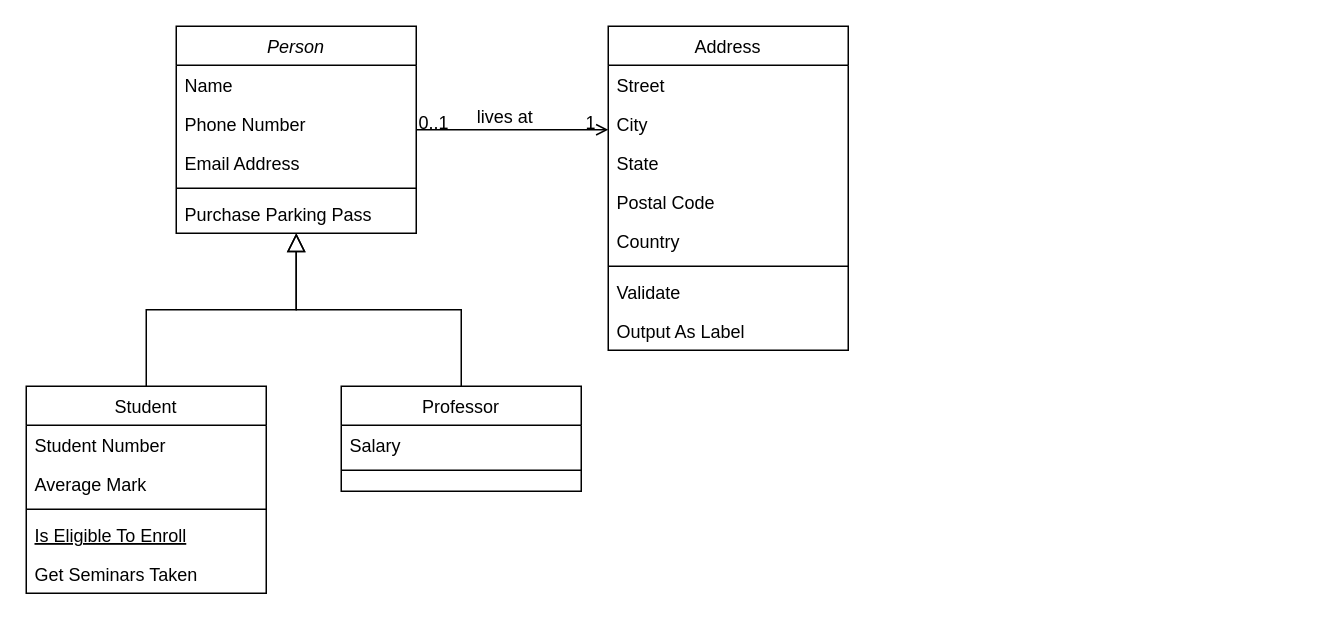
The draw.io diagram Diagramas do Banco de Dados/Diagrama de classes.drawio in ExtraProjects860/DevWebProject, before the edit. Source tidied: cells renumbered, new cells numbered last; positions are measured from the earlier drawing's top-left corner, leaving out a move shared by most shapes. Both pictures are drawn from the tidied source at 150%, with x=0, y=0 at pixel (26, 26).
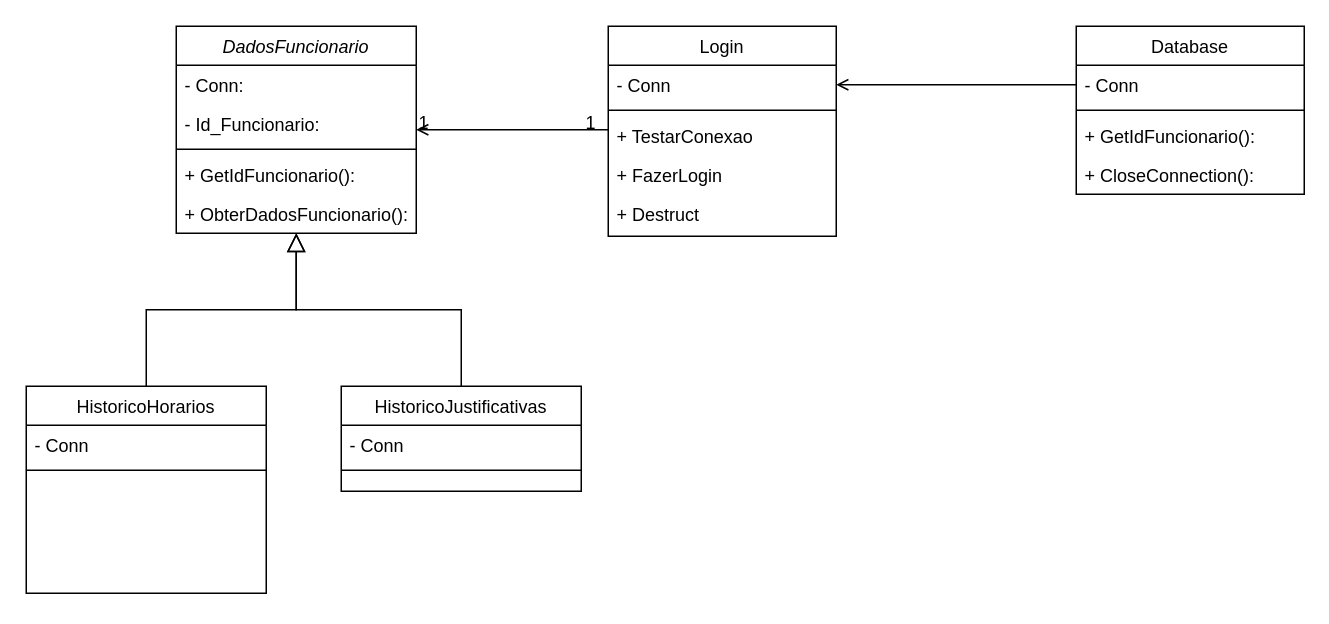
The same page after the edit.

The edit, as a diff of the source:
```diff
@@
-    <mxCell id="2" value="Person" style="swimlane;fontStyle=2;align=center;verticalAlign=top;horizontal=1;startSize=26;rounded=0;shadow=0;strokeWidth=1;" parent="1" vertex="1">
+    <mxCell id="2" value="DadosFuncionario" style="swimlane;fontStyle=2;align=center;verticalAlign=top;horizontal=1;startSize=26;rounded=0;shadow=0;strokeWidth=1;" parent="1" vertex="1">
       <mxGeometry x="100" width="160" height="138" as="geometry" />
     </mxCell>
-    <mxCell id="3" value="Name" style="text;align=left;verticalAlign=top;spacingLeft=4;spacingRight=4;overflow=hidden;" parent="2" vertex="1">
+    <mxCell id="3" value="- Conn:" style="text;align=left;verticalAlign=top;spacingLeft=4;spacingRight=4;overflow=hidden;" parent="2" vertex="1">
       <mxGeometry y="26" width="160" height="26" as="geometry" />
     </mxCell>
-    <mxCell id="4" value="Phone Number" style="text;align=left;verticalAlign=top;spacingLeft=4;spacingRight=4;overflow=hidden;rounded=0;shadow=0;html=0;" parent="2" vertex="1">
+    <mxCell id="4" value="- Id_Funcionario:" style="text;align=left;verticalAlign=top;spacingLeft=4;spacingRight=4;overflow=hidden;rounded=0;shadow=0;html=0;" parent="2" vertex="1">
       <mxGeometry y="52" width="160" height="26" as="geometry" />
     </mxCell>
-    <mxCell id="5" value="Email Address" style="text;align=left;verticalAlign=top;spacingLeft=4;spacingRight=4;overflow=hidden;rounded=0;shadow=0;html=0;" parent="2" vertex="1">
-      <mxGeometry y="78" width="160" height="26" as="geometry" />
-    </mxCell>
     <mxCell id="6" style="line;html=1;strokeWidth=1;align=left;verticalAlign=middle;spacingTop=-1;spacingLeft=3;spacingRight=3;labelPosition=right;" parent="2" vertex="1">
-      <mxGeometry y="104" width="160" height="8" as="geometry" />
+      <mxGeometry y="78" width="160" height="8" as="geometry" />
     </mxCell>
-    <mxCell id="7" value="Purchase Parking Pass" style="text;align=left;verticalAlign=top;spacingLeft=4;spacingRight=4;overflow=hidden;" parent="2" vertex="1">
-      <mxGeometry y="112" width="160" height="26" as="geometry" />
+    <mxCell id="7" value="+ GetIdFuncionario():" style="text;align=left;verticalAlign=top;spacingLeft=4;spacingRight=4;overflow=hidden;" parent="2" vertex="1">
+      <mxGeometry y="86" width="160" height="26" as="geometry" />
     </mxCell>
+    <mxCell id="32" value="+ ObterDadosFuncionario(): " style="text;align=left;verticalAlign=top;spacingLeft=4;spacingRight=4;overflow=hidden;" parent="2" vertex="1">
+      <mxGeometry y="112" width="160" height="26" as="geometry" />
+    </mxCell>
-    <mxCell id="8" value="Student" style="swimlane;fontStyle=0;align=center;verticalAlign=top;horizontal=1;startSize=26;rounded=0;shadow=0;strokeWidth=1;" parent="1" vertex="1">
+    <mxCell id="8" value="HistoricoHorarios" style="swimlane;fontStyle=0;align=center;verticalAlign=top;horizontal=1;startSize=26;rounded=0;shadow=0;strokeWidth=1;" parent="1" vertex="1">
       <mxGeometry y="240" width="160" height="138" as="geometry" />
     </mxCell>
-    <mxCell id="9" value="Student Number" style="text;align=left;verticalAlign=top;spacingLeft=4;spacingRight=4;overflow=hidden;" parent="8" vertex="1">
+    <mxCell id="9" value="- Conn" style="text;align=left;verticalAlign=top;spacingLeft=4;spacingRight=4;overflow=hidden;" parent="8" vertex="1">
       <mxGeometry y="26" width="160" height="26" as="geometry" />
     </mxCell>
-    <mxCell id="10" value="Average Mark" style="text;align=left;verticalAlign=top;spacingLeft=4;spacingRight=4;overflow=hidden;rounded=0;shadow=0;html=0;" parent="8" vertex="1">
-      <mxGeometry y="52" width="160" height="26" as="geometry" />
-    </mxCell>
     <mxCell id="11" style="line;html=1;strokeWidth=1;align=left;verticalAlign=middle;spacingTop=-1;spacingLeft=3;spacingRight=3;labelPosition=right;" parent="8" vertex="1">
-      <mxGeometry y="78" width="160" height="8" as="geometry" />
+      <mxGeometry y="52" width="160" height="8" as="geometry" />
     </mxCell>
-    <mxCell id="12" value="Is Eligible To Enroll" style="text;align=left;verticalAlign=top;spacingLeft=4;spacingRight=4;overflow=hidden;fontStyle=4;" parent="8" vertex="1">
-      <mxGeometry y="86" width="160" height="26" as="geometry" />
-    </mxCell>
-    <mxCell id="13" value="Get Seminars Taken" style="text;align=left;verticalAlign=top;spacingLeft=4;spacingRight=4;overflow=hidden;" parent="8" vertex="1">
-      <mxGeometry y="112" width="160" height="26" as="geometry" />
-    </mxCell>
@@
-    <mxCell id="15" value="Professor" style="swimlane;fontStyle=0;align=center;verticalAlign=top;horizontal=1;startSize=26;rounded=0;shadow=0;strokeWidth=1;" parent="1" vertex="1">
+    <mxCell id="15" value="HistoricoJustificativas" style="swimlane;fontStyle=0;align=center;verticalAlign=top;horizontal=1;startSize=26;rounded=0;shadow=0;strokeWidth=1;" parent="1" vertex="1">
       <mxGeometry x="210" y="240" width="160" height="70" as="geometry" />
     </mxCell>
-    <mxCell id="16" value="Salary" style="text;align=left;verticalAlign=top;spacingLeft=4;spacingRight=4;overflow=hidden;" parent="15" vertex="1">
+    <mxCell id="16" value="- Conn" style="text;align=left;verticalAlign=top;spacingLeft=4;spacingRight=4;overflow=hidden;" parent="15" vertex="1">
       <mxGeometry y="26" width="160" height="26" as="geometry" />
     </mxCell>
@@
-    <mxCell id="19" value="Address" style="swimlane;fontStyle=0;align=center;verticalAlign=top;horizontal=1;startSize=26;rounded=0;shadow=0;strokeWidth=1;" parent="1" vertex="1">
-      <mxGeometry x="388" width="160" height="216" as="geometry" />
+    <mxCell id="19" value="Login" style="swimlane;fontStyle=0;align=center;verticalAlign=top;horizontal=1;startSize=26;rounded=0;shadow=0;strokeWidth=1;" parent="1" vertex="1">
+      <mxGeometry x="388" width="152" height="140" as="geometry" />
     </mxCell>
-    <mxCell id="20" value="Street" style="text;align=left;verticalAlign=top;spacingLeft=4;spacingRight=4;overflow=hidden;points=[[0,0.5],[1,0.5]];portConstraint=eastwest;" parent="19" vertex="1">
-      <mxGeometry y="26" width="160" height="26" as="geometry" />
+    <mxCell id="20" value="- Conn" style="text;align=left;verticalAlign=top;spacingLeft=4;spacingRight=4;overflow=hidden;points=[[0,0.5],[1,0.5]];portConstraint=eastwest;" parent="19" vertex="1">
+      <mxGeometry y="26" width="152" height="26" as="geometry" />
     </mxCell>
-    <mxCell id="21" value="City" style="text;align=left;verticalAlign=top;spacingLeft=4;spacingRight=4;overflow=hidden;rounded=0;shadow=0;html=0;" parent="19" vertex="1">
-      <mxGeometry y="52" width="160" height="26" as="geometry" />
-    </mxCell>
-    <mxCell id="22" value="State" style="text;align=left;verticalAlign=top;spacingLeft=4;spacingRight=4;overflow=hidden;rounded=0;shadow=0;html=0;" parent="19" vertex="1">
-      <mxGeometry y="78" width="160" height="26" as="geometry" />
-    </mxCell>
-    <mxCell id="23" value="Postal Code" style="text;align=left;verticalAlign=top;spacingLeft=4;spacingRight=4;overflow=hidden;rounded=0;shadow=0;html=0;" parent="19" vertex="1">
-      <mxGeometry y="104" width="160" height="26" as="geometry" />
-    </mxCell>
-    <mxCell id="24" value="Country" style="text;align=left;verticalAlign=top;spacingLeft=4;spacingRight=4;overflow=hidden;rounded=0;shadow=0;html=0;" parent="19" vertex="1">
-      <mxGeometry y="130" width="160" height="26" as="geometry" />
-    </mxCell>
     <mxCell id="25" style="line;html=1;strokeWidth=1;align=left;verticalAlign=middle;spacingTop=-1;spacingLeft=3;spacingRight=3;labelPosition=right;" parent="19" vertex="1">
-      <mxGeometry y="156" width="160" height="8" as="geometry" />
+      <mxGeometry y="52" width="152" height="8" as="geometry" />
     </mxCell>
-    <mxCell id="26" value="Validate" style="text;align=left;verticalAlign=top;spacingLeft=4;spacingRight=4;overflow=hidden;" parent="19" vertex="1">
-      <mxGeometry y="164" width="160" height="26" as="geometry" />
+    <mxCell id="26" value="+ TestarConexao" style="text;align=left;verticalAlign=top;spacingLeft=4;spacingRight=4;overflow=hidden;" parent="19" vertex="1">
+      <mxGeometry y="60" width="152" height="26" as="geometry" />
     </mxCell>
-    <mxCell id="27" value="Output As Label" style="text;align=left;verticalAlign=top;spacingLeft=4;spacingRight=4;overflow=hidden;" parent="19" vertex="1">
-      <mxGeometry y="190" width="160" height="26" as="geometry" />
+    <mxCell id="27" value="+ FazerLogin" style="text;align=left;verticalAlign=top;spacingLeft=4;spacingRight=4;overflow=hidden;" parent="19" vertex="1">
+      <mxGeometry y="86" width="152" height="26" as="geometry" />
     </mxCell>
+    <mxCell id="33" value="+ Destruct" style="text;align=left;verticalAlign=top;spacingLeft=4;spacingRight=4;overflow=hidden;" parent="19" vertex="1">
+      <mxGeometry y="112" width="152" height="26" as="geometry" />
+    </mxCell>
-    <mxCell id="28" style="endArrow=open;shadow=0;strokeWidth=1;rounded=0;curved=0;endFill=1;edgeStyle=elbowEdgeStyle;elbow=vertical;" parent="1" edge="1" source="2" target="19">
+    <mxCell id="28" style="endArrow=none;shadow=0;strokeWidth=1;rounded=0;curved=0;endFill=0;edgeStyle=elbowEdgeStyle;elbow=vertical;startArrow=open;startFill=0;" parent="1" edge="1" source="2" target="19">
       <mxGeometry x="0.5" y="41" relative="1" as="geometry">
         <mxPoint x="-40" y="32" as="offset" />
       </mxGeometry>
     </mxCell>
-    <mxCell id="29" value="0..1" style="align=left;verticalAlign=bottom;labelBackgroundColor=none;fontSize=12;" parent="28" vertex="1">
+    <mxCell id="29" value="1" style="align=left;verticalAlign=bottom;labelBackgroundColor=none;fontSize=12;" parent="28" vertex="1">
       <mxGeometry x="-1" relative="1" as="geometry">
         <mxPoint y="4" as="offset" />
       </mxGeometry>
     </mxCell>
@@
-    <mxCell id="31" value="lives at" style="text;html=1;align=center;verticalAlign=middle;labelBackgroundColor=none;rounded=0;shadow=0;strokeWidth=1;fontSize=12;" parent="28" vertex="1">
-      <mxGeometry x="0.5" y="49" relative="1" as="geometry">
-        <mxPoint x="-38" y="40" as="offset" />
-      </mxGeometry>
-    </mxCell>
+    <mxCell id="34" value="Database" style="swimlane;fontStyle=0;align=center;verticalAlign=top;horizontal=1;startSize=26;rounded=0;shadow=0;strokeWidth=1;" parent="1" vertex="1">
+      <mxGeometry x="700" width="152" height="112" as="geometry" />
+    </mxCell>
+    <mxCell id="35" value="- Conn" style="text;align=left;verticalAlign=top;spacingLeft=4;spacingRight=4;overflow=hidden;points=[[0,0.5],[1,0.5]];portConstraint=eastwest;" parent="34" vertex="1">
+      <mxGeometry y="26" width="152" height="26" as="geometry" />
+    </mxCell>
+    <mxCell id="36" style="line;html=1;strokeWidth=1;align=left;verticalAlign=middle;spacingTop=-1;spacingLeft=3;spacingRight=3;labelPosition=right;" parent="34" vertex="1">
+      <mxGeometry y="52" width="152" height="8" as="geometry" />
+    </mxCell>
+    <mxCell id="37" value="+ GetIdFuncionario():" style="text;align=left;verticalAlign=top;spacingLeft=4;spacingRight=4;overflow=hidden;" parent="34" vertex="1">
+      <mxGeometry y="60" width="152" height="26" as="geometry" />
+    </mxCell>
+    <mxCell id="38" value="+ CloseConnection():" style="text;align=left;verticalAlign=top;spacingLeft=4;spacingRight=4;overflow=hidden;" parent="34" vertex="1">
+      <mxGeometry y="86" width="152" height="26" as="geometry" />
+    </mxCell>
+    <mxCell id="39" style="edgeStyle=orthogonalEdgeStyle;rounded=0;jettySize=auto;html=1;exitX=0;exitY=0.5;exitDx=0;exitDy=0;entryX=1;entryY=0.5;entryDx=0;entryDy=0;endArrow=open;endFill=0;" parent="1" edge="1" source="35" target="20">
+      <mxGeometry relative="1" as="geometry" />
+    </mxCell>
```
